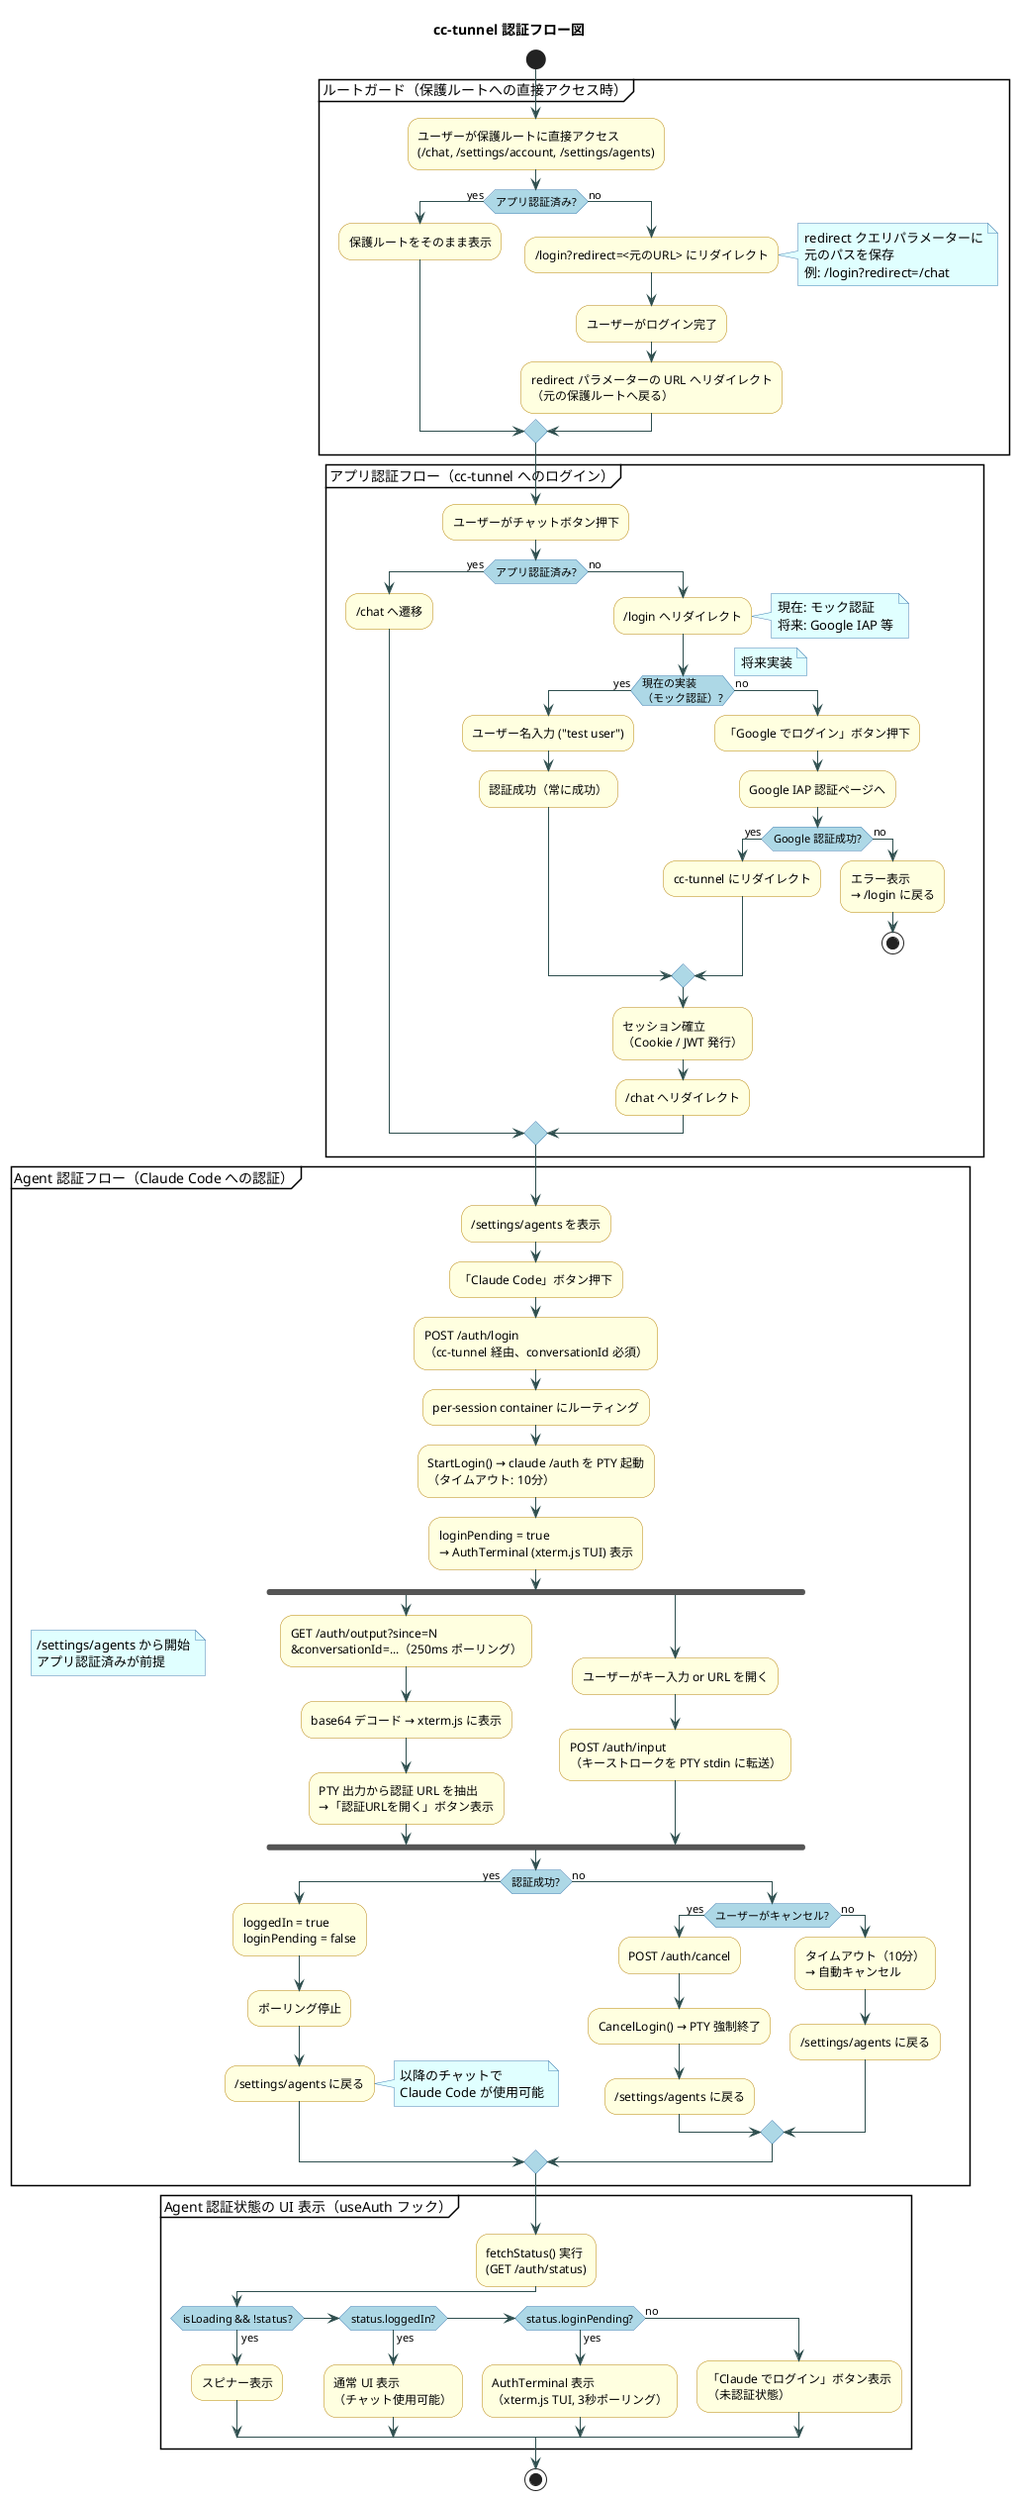
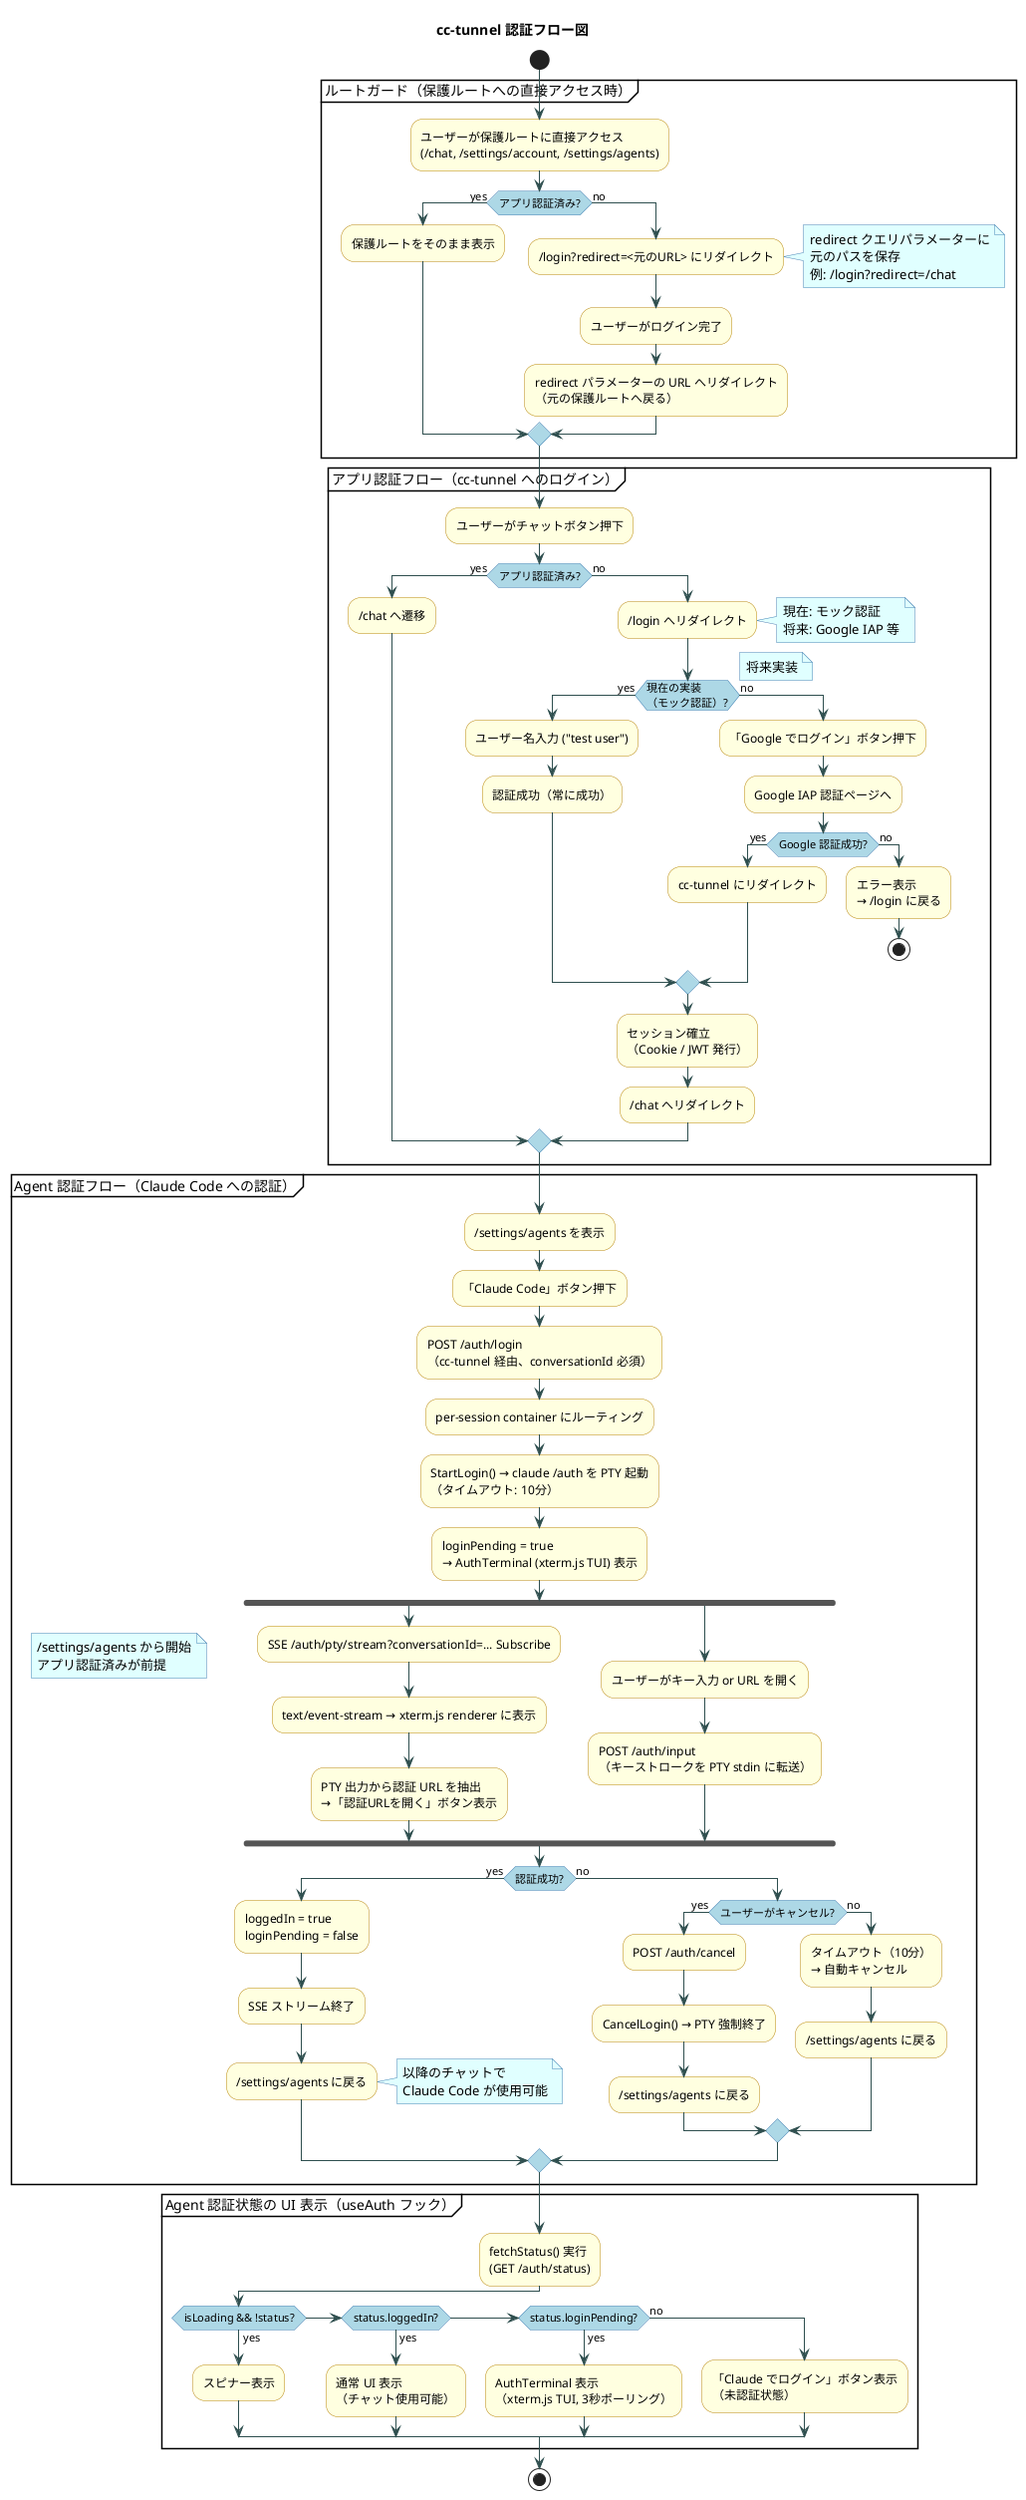
@startuml auth_flow
title cc-tunnel 認証フロー図

skinparam activity {
  BackgroundColor LightYellow
  BorderColor DarkGoldenRod
  ArrowColor DarkSlateGray
  DiamondBackgroundColor LightBlue
  DiamondBorderColor SteelBlue
}

skinparam note {
  BackgroundColor LightCyan
  BorderColor SteelBlue
}

start

partition "ルートガード（保護ルートへの直接アクセス時）" {

  :ユーザーが保護ルートに直接アクセス\n(/chat, /settings/account, /settings/agents);

  if (アプリ認証済み?) then (yes)
    :保護ルートをそのまま表示;
  else (no)
    :/login?redirect=<元のURL> にリダイレクト;

    note right
      redirect クエリパラメーターに
      元のパスを保存
      例: /login?redirect=/chat
    end note

    :ユーザーがログイン完了;
    :redirect パラメーターの URL へリダイレクト\n（元の保護ルートへ戻る）;
  endif
}

partition "アプリ認証フロー（cc-tunnel へのログイン）" {

  :ユーザーがチャットボタン押下;

  if (アプリ認証済み?) then (yes)
    :/chat へ遷移;
  else (no)
    :/login へリダイレクト;

    note right
      現在: モック認証
      将来: Google IAP 等
    end note

    if (現在の実装\n（モック認証）?) then (yes)
      :ユーザー名入力 ("test user");
      :認証成功（常に成功）;
    else (no)
      note right: 将来実装
      :「Google でログイン」ボタン押下;
      :Google IAP 認証ページへ;
      if (Google 認証成功?) then (yes)
        :cc-tunnel にリダイレクト;
      else (no)
        :エラー表示\n→ /login に戻る;
        stop
      endif
    endif

    :セッション確立\n（Cookie / JWT 発行）;
    :/chat へリダイレクト;
  endif
}

partition "Agent 認証フロー（Claude Code への認証）" {

  note
    /settings/agents から開始
    アプリ認証済みが前提
  end note

  :/settings/agents を表示;
  :「Claude Code」ボタン押下;

  :POST /auth/login\n（cc-tunnel 経由、conversationId 必須）;
  :per-session container にルーティング;
  :StartLogin() → claude /auth を PTY 起動\n（タイムアウト: 10分）;

  :loginPending = true\n→ AuthTerminal (xterm.js TUI) 表示;

  fork
-     :GET /auth/output?since=N\n&conversationId=...（250ms ポーリング）;
-     :base64 デコード → xterm.js に表示;
+     :SSE /auth/pty/stream?conversationId=... Subscribe;
+     :text/event-stream → xterm.js renderer に表示;
    :PTY 出力から認証 URL を抽出\n→「認証URLを開く」ボタン表示;
  fork again
    :ユーザーがキー入力 or URL を開く;
    :POST /auth/input\n（キーストロークを PTY stdin に転送）;
  end fork

  if (認証成功?) then (yes)
    :loggedIn = true\nloginPending = false;
-     :ポーリング停止;
+     :SSE ストリーム終了;
    :/settings/agents に戻る;
    note right
      以降のチャットで
      Claude Code が使用可能
    end note
  else (no)
    if (ユーザーがキャンセル?) then (yes)
      :POST /auth/cancel;
      :CancelLogin() → PTY 強制終了;
      :/settings/agents に戻る;
    else (no)
      :タイムアウト（10分）\n→ 自動キャンセル;
      :/settings/agents に戻る;
    endif
  endif
}

partition "Agent 認証状態の UI 表示（useAuth フック）" {

  :fetchStatus() 実行\n(GET /auth/status);

  if (isLoading && !status?) then (yes)
    :スピナー表示;
  elseif (status.loggedIn?) then (yes)
    :通常 UI 表示\n（チャット使用可能）;
  elseif (status.loginPending?) then (yes)
    :AuthTerminal 表示\n（xterm.js TUI, 3秒ポーリング）;
  else (no)
    :「Claude でログイン」ボタン表示\n（未認証状態）;
  endif
}

note right
  **認証種別の区別**\nアプリ認証 = cc-tunnel アプリへのログイン\n(モック → 将来 Google IAP)\nAgent 認証 = Claude Code 等の外部 Agent への認証\n(per-session container 経由の PTY フロー)\nこの 2 つは独立した概念であり、両方が必要
end note

stop

@enduml
